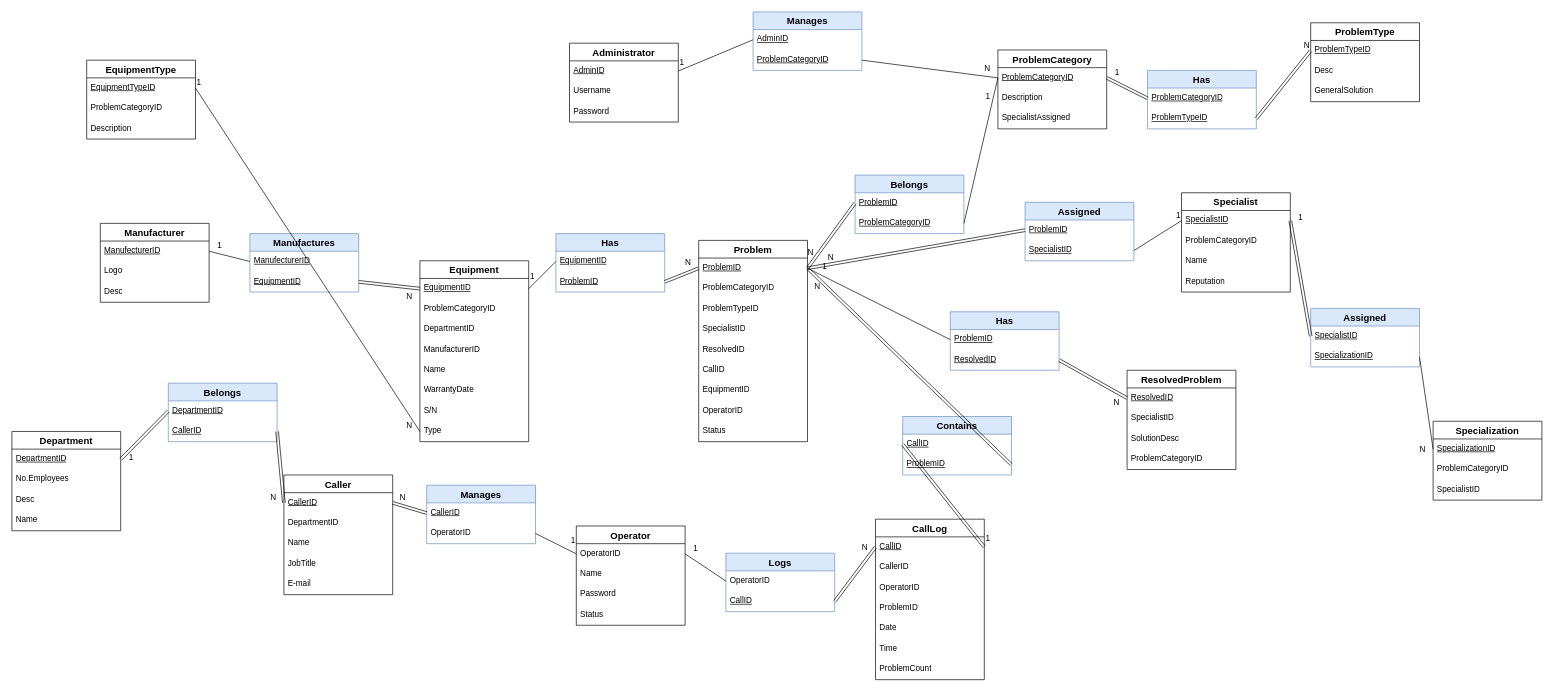
The draw.io diagram DiagramaEquipamento.drawio in VascoMatos/diagramas, before the edit. Source tidied: cells renumbered, new cells numbered last; positions are measured from the earlier drawing's top-left corner, leaving out a move shared by most shapes. Both pictures are drawn from the tidied source at 68%, with x=0, y=0 at pixel (12, 12).
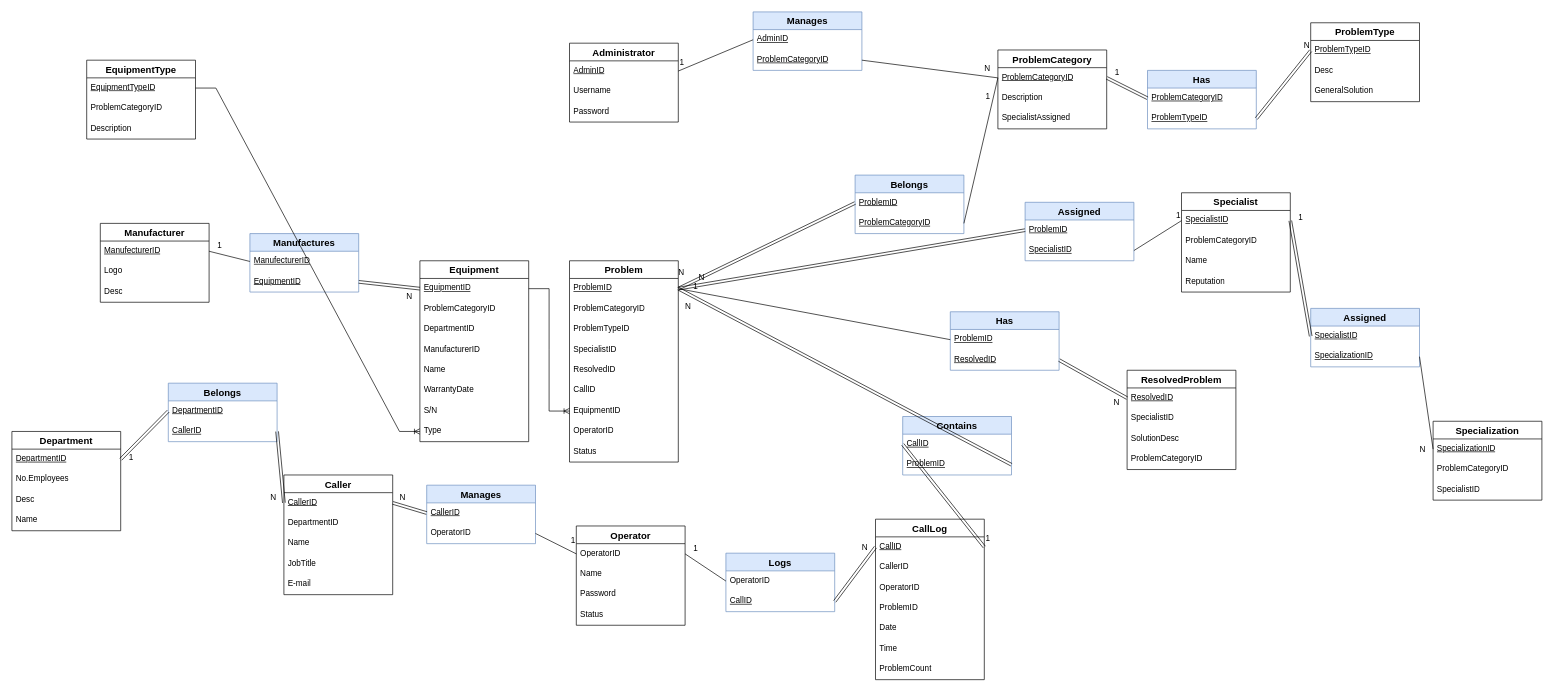
The same diagram, later.

The change refers to these unchanged cells:
```xml
<mxCell id="3" value="&lt;u&gt;EquipmentTypeID&lt;/u&gt;" style="text;strokeColor=none;fillColor=none;spacingLeft=4;spacingRight=4;overflow=hidden;points=[[0,0.5],[1,0.5]];portConstraint=eastwest;fontSize=12;whiteSpace=wrap;html=1;" parent="2" vertex="1">
  <mxGeometry y="26" width="160" height="30" as="geometry" />
</mxCell>
<mxCell id="39" value="&lt;u&gt;EquipmentID&lt;/u&gt;" style="text;strokeColor=none;fillColor=none;spacingLeft=4;spacingRight=4;overflow=hidden;points=[[0,0.5],[1,0.5]];portConstraint=eastwest;fontSize=12;whiteSpace=wrap;html=1;" parent="38" vertex="1">
  <mxGeometry y="26" width="160" height="30" as="geometry" />
</mxCell>
<mxCell id="46" value="Type" style="text;strokeColor=none;fillColor=none;spacingLeft=4;spacingRight=4;overflow=hidden;points=[[0,0.5],[1,0.5]];portConstraint=eastwest;fontSize=12;whiteSpace=wrap;html=1;" parent="38" vertex="1">
  <mxGeometry y="236" width="160" height="30" as="geometry" />
</mxCell>
<mxCell id="70" value="&lt;u&gt;ProblemID&lt;/u&gt;" style="text;strokeColor=none;fillColor=none;spacingLeft=4;spacingRight=4;overflow=hidden;points=[[0,0.5],[1,0.5]];portConstraint=eastwest;fontSize=12;whiteSpace=wrap;html=1;" parent="69" vertex="1">
  <mxGeometry y="26" width="160" height="30" as="geometry" />
</mxCell>
<mxCell id="76" value="EquipmentID" style="text;strokeColor=none;fillColor=none;spacingLeft=4;spacingRight=4;overflow=hidden;points=[[0,0.5],[1,0.5]];portConstraint=eastwest;fontSize=12;whiteSpace=wrap;html=1;" parent="69" vertex="1">
  <mxGeometry y="206" width="160" height="30" as="geometry" />
</mxCell>
```

What changed in the source:
```diff
@@
     <mxCell id="69" value="Problem" style="swimlane;fontStyle=1;horizontal=1;startSize=26;align=center;fontSize=14;" parent="1" vertex="1">
-      <mxGeometry x="1010" y="336" width="160" height="296" as="geometry" />
+      <mxGeometry x="820" y="366" width="160" height="296" as="geometry" />
     </mxCell>
@@
-    <mxCell id="107" value="Has" style="swimlane;fontStyle=1;horizontal=1;startSize=26;align=center;fontSize=14;fillColor=#dae8fc;strokeColor=#6c8ebf;" parent="1" vertex="1">
-      <mxGeometry x="800" y="326" width="160" height="86" as="geometry" />
-    </mxCell>
-    <mxCell id="108" value="&lt;u&gt;EquipmentID&lt;/u&gt;" style="text;strokeColor=none;fillColor=none;spacingLeft=4;spacingRight=4;overflow=hidden;points=[[0,0.5],[1,0.5]];portConstraint=eastwest;fontSize=12;whiteSpace=wrap;html=1;" parent="107" vertex="1">
-      <mxGeometry y="26" width="160" height="30" as="geometry" />
-    </mxCell>
-    <mxCell id="109" value="&lt;u&gt;ProblemID&lt;/u&gt;" style="text;strokeColor=none;fillColor=none;spacingLeft=4;spacingRight=4;overflow=hidden;points=[[0,0.5],[1,0.5]];portConstraint=eastwest;fontSize=12;whiteSpace=wrap;html=1;" parent="107" vertex="1">
-      <mxGeometry y="56" width="160" height="30" as="geometry" />
-    </mxCell>
-    <mxCell id="110" style="endArrow=none;html=1;rounded=0;entryX=1;entryY=0.5;entryDx=0;entryDy=0;exitX=0;exitY=0.5;exitDx=0;exitDy=0;" parent="1" edge="1" source="108" target="39">
-      <mxGeometry relative="1" as="geometry" />
-    </mxCell>
-    <mxCell id="111" value="1" style="html=1;whiteSpace=wrap;align=right;verticalAlign=bottom;" parent="110" vertex="1">
-      <mxGeometry x="1" relative="1" as="geometry">
-        <mxPoint x="10" y="-10" as="offset" />
-      </mxGeometry>
-    </mxCell>
-    <mxCell id="112" style="shape=link;html=1;rounded=0;entryX=0;entryY=0.5;entryDx=0;entryDy=0;exitX=1;exitY=0.5;exitDx=0;exitDy=0;" parent="1" edge="1" source="109" target="70">
-      <mxGeometry relative="1" as="geometry" />
-    </mxCell>
-    <mxCell id="113" value="N" style="html=1;whiteSpace=wrap;align=right;verticalAlign=bottom;" parent="112" vertex="1">
-      <mxGeometry x="1" relative="1" as="geometry">
-        <mxPoint x="-10" as="offset" />
-      </mxGeometry>
-    </mxCell>
@@
+    <mxCell id="166" style="edgeStyle=entityRelationEdgeStyle;fontSize=12;html=1;endArrow=ERoneToMany;rounded=0;exitX=1;exitY=0.5;exitDx=0;exitDy=0;entryX=0;entryY=0.5;entryDx=0;entryDy=0;" parent="1" edge="1" source="39" target="76">
+      <mxGeometry relative="1" as="geometry" />
+    </mxCell>
-    <mxCell id="163" style="endArrow=none;html=1;rounded=0;exitX=1;exitY=0.5;exitDx=0;exitDy=0;entryX=0;entryY=0.5;entryDx=0;entryDy=0;" parent="1" edge="1" source="3" target="46">
+    <mxCell id="163" style="edgeStyle=entityRelationEdgeStyle;fontSize=12;html=1;endArrow=ERoneToMany;rounded=0;exitX=1;exitY=0.5;exitDx=0;exitDy=0;entryX=0;entryY=0.5;entryDx=0;entryDy=0;" parent="1" edge="1" source="3" target="46">
       <mxGeometry relative="1" as="geometry" />
     </mxCell>
-    <mxCell id="164" value="1" style="html=1;whiteSpace=wrap;align=left;verticalAlign=bottom;" parent="163" vertex="1">
-      <mxGeometry x="-1" relative="1" as="geometry" />
-    </mxCell>
-    <mxCell id="165" value="N" style="html=1;whiteSpace=wrap;align=right;verticalAlign=bottom;" parent="163" vertex="1">
-      <mxGeometry x="1" relative="1" as="geometry">
-        <mxPoint x="-10" as="offset" />
-      </mxGeometry>
-    </mxCell>
```
